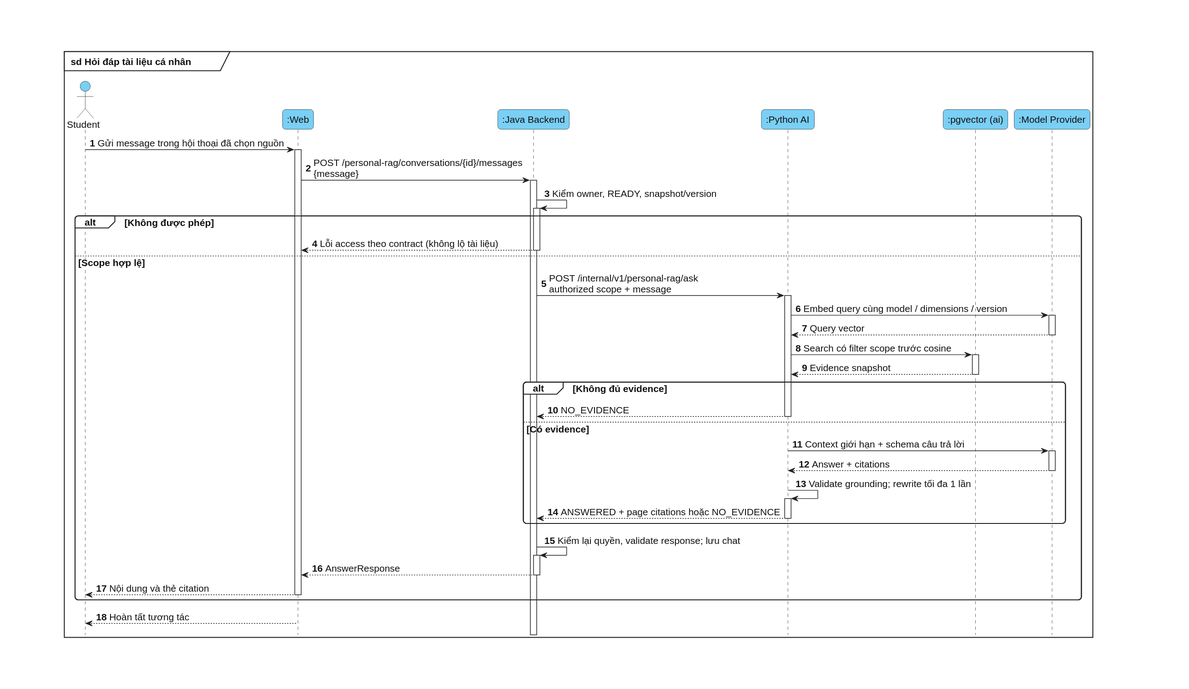
Earlier version of the PlantUML export docs/diagrams/chuong-3/sequence-10-personal-rag.svg (bch7504/DATN). Its diagram source:
```plantuml
@startuml
skinparam defaultFontColor #111111
skinparam ArrowColor #222222
skinparam ActorBackgroundColor #7ACFF5
skinparam ActorBorderColor #222222
skinparam NoteBackgroundColor #FFF9D9
skinparam NoteBorderColor #555555
skinparam RectangleBackgroundColor white
skinparam RectangleBorderColor #222222
skinparam ParticipantBackgroundColor #7ACFF5
skinparam ParticipantBorderColor #222222
skinparam LifeLineBackgroundColor #7ACFF5
skinparam LifeLineBorderColor #222222
skinparam SequenceGroupBackgroundColor white
skinparam SequenceGroupBodyBackgroundColor white
skinparam SequenceGroupBorderColor #222222
skinparam shadowing false
skinparam linetype ortho
skinparam backgroundColor white
skinparam defaultFontName Arial
skinparam defaultFontSize 15
skinparam classAttributeIconSize 0
skinparam packageStyle rectangle
skinparam roundcorner 10
skinparam nodesep 30
skinparam ranksep 40
hide footbox
autonumber
autoactivate on
actor Student
participant ":Web" as Web
participant ":Java Backend" as Java
participant ":Python AI" as AI
participant ":pgvector (ai)" as DB
participant ":Model Provider" as LLM
Student -> Web : Gửi message trong hội thoại đã chọn nguồn
Web -> Java : POST /personal-rag/conversations/{id}/messages\n{message}
Java -> Java : Kiểm owner, READY, snapshot/version
alt Không được phép
Java --> Web : Lỗi access theo contract (không lộ tài liệu)
else Scope hợp lệ
Java -> AI : POST /internal/v1/personal-rag/ask\nauthorized scope + message
AI -> LLM : Embed query cùng model / dimensions / version
LLM --> AI : Query vector
AI -> DB : Search có filter scope trước cosine
DB --> AI : Evidence snapshot
alt Không đủ evidence
AI --> Java : NO_EVIDENCE
else Có evidence
AI -> LLM : Context giới hạn + schema câu trả lời
LLM --> AI : Answer + citations
AI -> AI : Validate grounding; rewrite tối đa 1 lần
AI --> Java : ANSWERED + page citations hoặc NO_EVIDENCE
end
Java -> Java : Kiểm lại quyền, validate response; lưu chat
Java --> Web : AnswerResponse
Web --> Student : Nội dung và thẻ citation
end
return Hoàn tất tương tác
@enduml
```
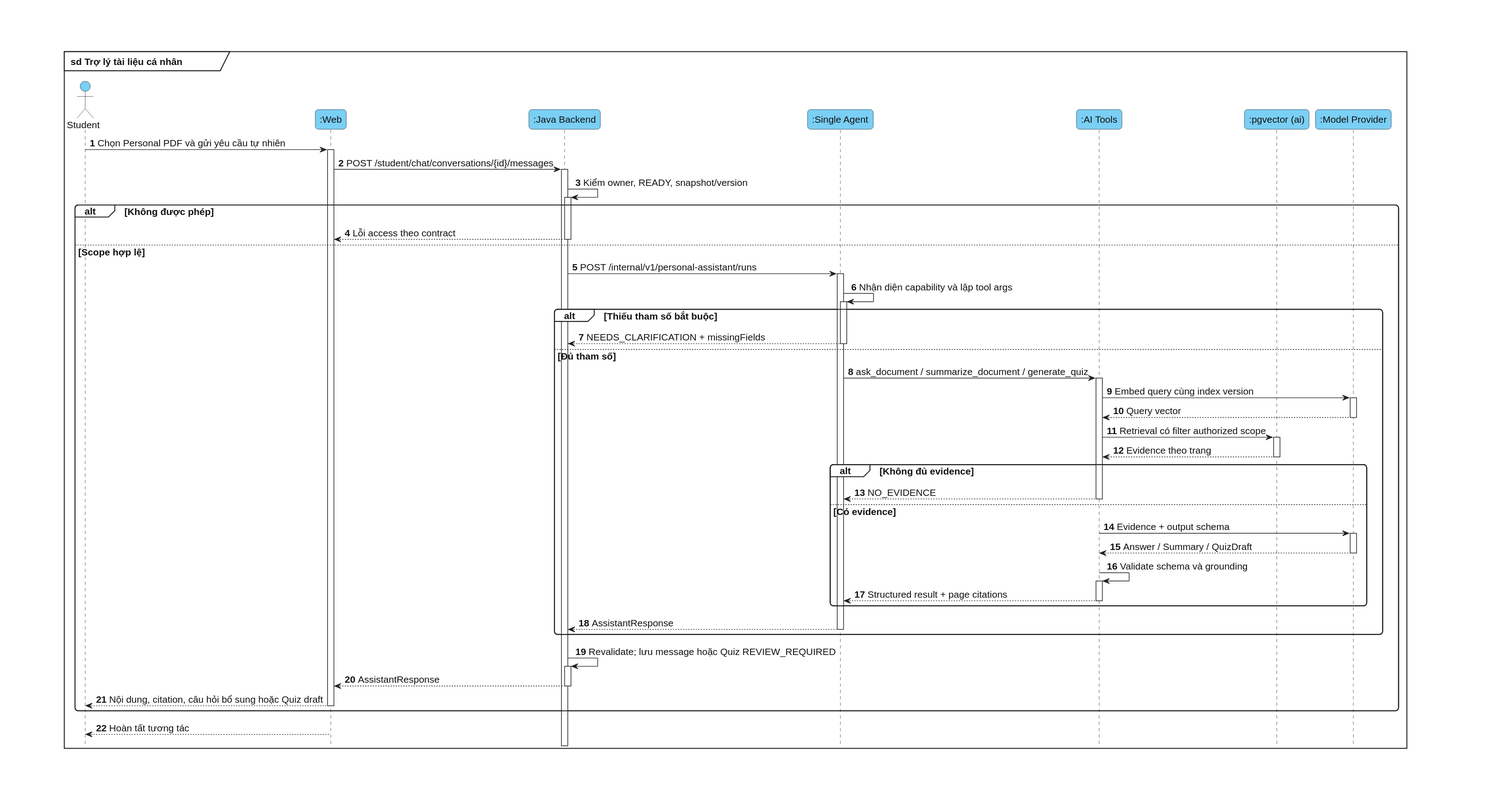
Later version of the same file.

Change to the diagram source:
```diff
@@ -5,8 +5,6 @@
 skinparam ActorBorderColor #222222
 skinparam NoteBackgroundColor #FFF9D9
 skinparam NoteBorderColor #555555
-skinparam RectangleBackgroundColor white
-skinparam RectangleBorderColor #222222
 skinparam ParticipantBackgroundColor #7ACFF5
 skinparam ParticipantBorderColor #222222
 skinparam LifeLineBackgroundColor #7ACFF5
@@ -19,42 +17,48 @@
 skinparam backgroundColor white
 skinparam defaultFontName Arial
 skinparam defaultFontSize 15
-skinparam classAttributeIconSize 0
-skinparam packageStyle rectangle
 skinparam roundcorner 10
-skinparam nodesep 30
-skinparam ranksep 40
 hide footbox
 autonumber
 autoactivate on
+
 actor Student
 participant ":Web" as Web
 participant ":Java Backend" as Java
-participant ":Python AI" as AI
+participant ":Single Agent" as Agent
+participant ":AI Tools" as Tools
 participant ":pgvector (ai)" as DB
 participant ":Model Provider" as LLM
-Student -> Web : Gửi message trong hội thoại đã chọn nguồn
-Web -> Java : POST /personal-rag/conversations/{id}/messages\n{message}
+
+Student -> Web : Chọn Personal PDF và gửi yêu cầu tự nhiên
+Web -> Java : POST /student/chat/conversations/{id}/messages
 Java -> Java : Kiểm owner, READY, snapshot/version
 alt Không được phép
-Java --> Web : Lỗi access theo contract (không lộ tài liệu)
+  Java --> Web : Lỗi access theo contract
 else Scope hợp lệ
-Java -> AI : POST /internal/v1/personal-rag/ask\nauthorized scope + message
-AI -> LLM : Embed query cùng model / dimensions / version
-LLM --> AI : Query vector
-AI -> DB : Search có filter scope trước cosine
-DB --> AI : Evidence snapshot
-alt Không đủ evidence
-AI --> Java : NO_EVIDENCE
-else Có evidence
-AI -> LLM : Context giới hạn + schema câu trả lời
-LLM --> AI : Answer + citations
-AI -> AI : Validate grounding; rewrite tối đa 1 lần
-AI --> Java : ANSWERED + page citations hoặc NO_EVIDENCE
-end
-Java -> Java : Kiểm lại quyền, validate response; lưu chat
-Java --> Web : AnswerResponse
-Web --> Student : Nội dung và thẻ citation
+  Java -> Agent : POST /internal/v1/personal-assistant/runs
+  Agent -> Agent : Nhận diện capability và lập tool args
+  alt Thiếu tham số bắt buộc
+    Agent --> Java : NEEDS_CLARIFICATION + missingFields
+  else Đủ tham số
+    Agent -> Tools : ask_document / summarize_document / generate_quiz
+    Tools -> LLM : Embed query cùng index version
+    LLM --> Tools : Query vector
+    Tools -> DB : Retrieval có filter authorized scope
+    DB --> Tools : Evidence theo trang
+    alt Không đủ evidence
+      Tools --> Agent : NO_EVIDENCE
+    else Có evidence
+      Tools -> LLM : Evidence + output schema
+      LLM --> Tools : Answer / Summary / QuizDraft
+      Tools -> Tools : Validate schema và grounding
+      Tools --> Agent : Structured result + page citations
+    end
+    Agent --> Java : AssistantResponse
+  end
+  Java -> Java : Revalidate; lưu message hoặc Quiz REVIEW_REQUIRED
+  Java --> Web : AssistantResponse
+  Web --> Student : Nội dung, citation, câu hỏi bổ sung hoặc Quiz draft
 end
 return Hoàn tất tương tác
 @enduml
```
